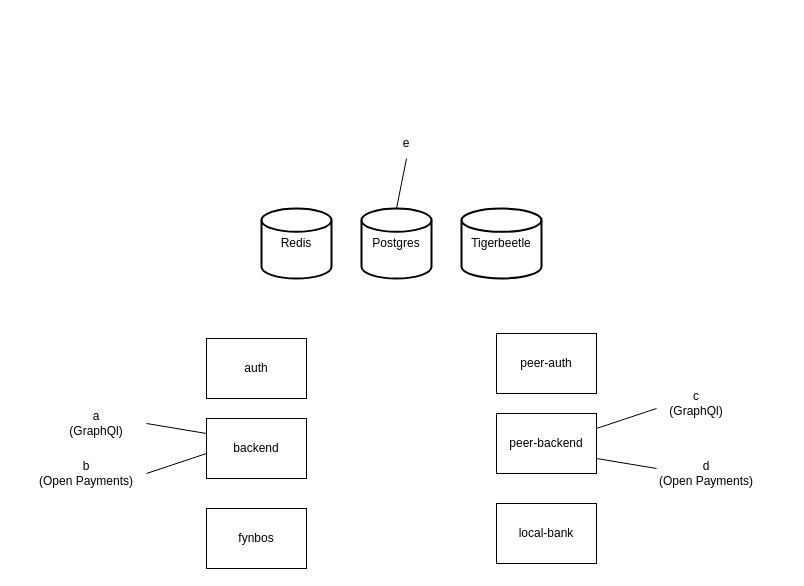
The draw.io diagram infrastructure/local/local-dev.drawio in interledger/rafiki, before the edit. Source tidied: cells renumbered, new cells numbered last; positions are measured from the earlier drawing's top-left corner, leaving out a move shared by most shapes. Both pictures are drawn from the tidied source at 100%, with x=0, y=0 at pixel (36, 128).
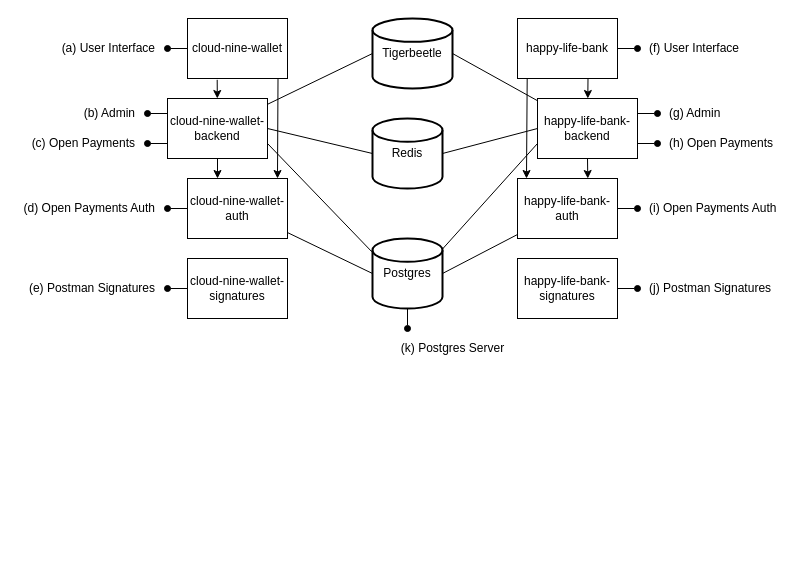
After the change.

Commit message:
chore(localenv): add image source

Diff of the diagram source:
```diff
@@
+    <mxCell id="21" style="edgeStyle=none;rounded=0;jettySize=auto;html=1;exitX=0.5;exitY=0;exitDx=0;exitDy=0;exitPerimeter=0;endArrow=oval;endFill=1;" parent="1" edge="1" source="2">
+      <mxGeometry relative="1" as="geometry">
+        <mxPoint x="371.3" y="110" as="targetPoint" />
+      </mxGeometry>
+    </mxCell>
+    <mxCell id="22" style="edgeStyle=none;rounded=0;jettySize=auto;html=1;endArrow=oval;endFill=1;" parent="1" edge="1" source="2">
+      <mxGeometry relative="1" as="geometry">
+        <mxPoint x="371" y="200" as="targetPoint" />
+      </mxGeometry>
+    </mxCell>
     <mxCell id="2" value="Postgres" style="strokeWidth=2;html=1;shape=mxgraph.flowchart.database;whiteSpace=wrap;" parent="1" vertex="1">
-      <mxGeometry x="325" y="80" width="70" height="70" as="geometry" />
+      <mxGeometry x="336" y="110" width="70" height="70" as="geometry" />
     </mxCell>
     <mxCell id="3" value="Tigerbeetle" style="strokeWidth=2;html=1;shape=mxgraph.flowchart.database;whiteSpace=wrap;" parent="1" vertex="1">
-      <mxGeometry x="425" y="80" width="80" height="70" as="geometry" />
+      <mxGeometry x="336" y="-110" width="80" height="70" as="geometry" />
     </mxCell>
     <mxCell id="4" value="Redis" style="strokeWidth=2;html=1;shape=mxgraph.flowchart.database;whiteSpace=wrap;" parent="1" vertex="1">
-      <mxGeometry x="225" y="80" width="70" height="70" as="geometry" />
+      <mxGeometry x="336" y="-10" width="70" height="70" as="geometry" />
     </mxCell>
+    <mxCell id="23" style="edgeStyle=none;rounded=0;jettySize=auto;html=1;entryX=0;entryY=0.5;entryDx=0;entryDy=0;entryPerimeter=0;endArrow=none;endFill=0;" parent="1" edge="1" source="5" target="2">
+      <mxGeometry relative="1" as="geometry" />
+    </mxCell>
+    <mxCell id="24" style="edgeStyle=none;rounded=0;jettySize=auto;html=1;endArrow=oval;endFill=1;" parent="1" edge="1" source="5">
+      <mxGeometry relative="1" as="geometry">
+        <mxPoint x="131" y="80" as="targetPoint" />
+      </mxGeometry>
+    </mxCell>
-    <mxCell id="5" value="auth" style="rounded=0;whiteSpace=wrap;html=1;" parent="1" vertex="1">
-      <mxGeometry x="170" y="210" width="100" height="60" as="geometry" />
+    <mxCell id="5" value="cloud-nine-wallet-auth" style="rounded=0;whiteSpace=wrap;html=1;" parent="1" vertex="1">
+      <mxGeometry x="151" y="50" width="100" height="60" as="geometry" />
     </mxCell>
+    <mxCell id="25" style="edgeStyle=none;rounded=0;jettySize=auto;html=1;entryX=0;entryY=0.5;entryDx=0;entryDy=0;entryPerimeter=0;endArrow=none;endFill=0;" parent="1" edge="1" source="6" target="3">
+      <mxGeometry relative="1" as="geometry" />
+    </mxCell>
+    <mxCell id="26" style="edgeStyle=none;rounded=0;jettySize=auto;html=1;exitX=1;exitY=0.5;exitDx=0;exitDy=0;entryX=0;entryY=0.5;entryDx=0;entryDy=0;entryPerimeter=0;endArrow=none;endFill=0;" parent="1" edge="1" source="6" target="4">
+      <mxGeometry relative="1" as="geometry" />
+    </mxCell>
+    <mxCell id="27" style="edgeStyle=none;rounded=0;jettySize=auto;html=1;entryX=-0.01;entryY=0.189;entryDx=0;entryDy=0;entryPerimeter=0;endArrow=none;endFill=0;exitX=1;exitY=0.75;exitDx=0;exitDy=0;" parent="1" edge="1" source="6" target="2">
+      <mxGeometry relative="1" as="geometry" />
+    </mxCell>
+    <mxCell id="28" style="edgeStyle=none;rounded=0;jettySize=auto;html=1;exitX=0.5;exitY=1;exitDx=0;exitDy=0;entryX=0.3;entryY=0;entryDx=0;entryDy=0;endArrow=classic;endFill=1;entryPerimeter=0;" parent="1" edge="1" source="6" target="5">
+      <mxGeometry relative="1" as="geometry" />
+    </mxCell>
+    <mxCell id="29" style="edgeStyle=none;rounded=0;jettySize=auto;html=1;exitX=0;exitY=0.25;exitDx=0;exitDy=0;endArrow=oval;endFill=1;" parent="1" edge="1" source="6">
+      <mxGeometry relative="1" as="geometry">
+        <mxPoint x="111" y="-15" as="targetPoint" />
+      </mxGeometry>
+    </mxCell>
+    <mxCell id="30" style="edgeStyle=none;rounded=0;jettySize=auto;html=1;exitX=0;exitY=0.75;exitDx=0;exitDy=0;endArrow=oval;endFill=1;" parent="1" edge="1" source="6">
+      <mxGeometry relative="1" as="geometry">
+        <mxPoint x="111" y="15" as="targetPoint" />
+      </mxGeometry>
+    </mxCell>
-    <mxCell id="6" value="backend" style="rounded=0;whiteSpace=wrap;html=1;" parent="1" vertex="1">
-      <mxGeometry x="170" y="290" width="100" height="60" as="geometry" />
+    <mxCell id="6" value="cloud-nine-wallet-backend" style="rounded=0;whiteSpace=wrap;html=1;" parent="1" vertex="1">
+      <mxGeometry x="131" y="-30" width="100" height="60" as="geometry" />
     </mxCell>
+    <mxCell id="31" style="edgeStyle=none;rounded=0;jettySize=auto;html=1;endArrow=classic;endFill=1;exitX=0.297;exitY=1.022;exitDx=0;exitDy=0;exitPerimeter=0;" parent="1" edge="1" source="7" target="6">
+      <mxGeometry relative="1" as="geometry" />
+    </mxCell>
+    <mxCell id="32" style="edgeStyle=none;rounded=0;jettySize=auto;html=1;endArrow=classic;endFill=1;exitX=0.905;exitY=1.009;exitDx=0;exitDy=0;exitPerimeter=0;" parent="1" edge="1" source="7">
+      <mxGeometry relative="1" as="geometry">
+        <mxPoint x="241" y="50" as="targetPoint" />
+      </mxGeometry>
+    </mxCell>
+    <mxCell id="33" style="edgeStyle=none;rounded=0;jettySize=auto;html=1;endArrow=oval;endFill=1;" parent="1" edge="1" source="7">
+      <mxGeometry relative="1" as="geometry">
+        <mxPoint x="131" y="-80" as="targetPoint" />
+      </mxGeometry>
+    </mxCell>
-    <mxCell id="7" value="fynbos" style="rounded=0;whiteSpace=wrap;html=1;" parent="1" vertex="1">
-      <mxGeometry x="170" y="380" width="100" height="60" as="geometry" />
+    <mxCell id="7" value="cloud-nine-wallet" style="rounded=0;whiteSpace=wrap;html=1;" parent="1" vertex="1">
+      <mxGeometry x="151" y="-110" width="100" height="60" as="geometry" />
     </mxCell>
+    <mxCell id="34" style="edgeStyle=none;rounded=0;jettySize=auto;html=1;entryX=1;entryY=0.5;entryDx=0;entryDy=0;entryPerimeter=0;endArrow=none;endFill=0;" parent="1" edge="1" source="8" target="2">
+      <mxGeometry relative="1" as="geometry" />
+    </mxCell>
+    <mxCell id="35" style="edgeStyle=none;rounded=0;jettySize=auto;html=1;endArrow=oval;endFill=1;" parent="1" edge="1" source="8">
+      <mxGeometry relative="1" as="geometry">
+        <mxPoint x="601" y="80" as="targetPoint" />
+      </mxGeometry>
+    </mxCell>
-    <mxCell id="8" value="peer-auth" style="rounded=0;whiteSpace=wrap;html=1;" parent="1" vertex="1">
-      <mxGeometry x="460" y="205" width="100" height="60" as="geometry" />
+    <mxCell id="8" value="happy-life-bank-auth" style="rounded=0;whiteSpace=wrap;html=1;" parent="1" vertex="1">
+      <mxGeometry x="481" y="50" width="100" height="60" as="geometry" />
     </mxCell>
+    <mxCell id="36" style="edgeStyle=none;rounded=0;jettySize=auto;html=1;entryX=1;entryY=0.5;entryDx=0;entryDy=0;entryPerimeter=0;endArrow=none;endFill=0;" parent="1" edge="1" source="9" target="3">
+      <mxGeometry relative="1" as="geometry" />
+    </mxCell>
+    <mxCell id="37" style="edgeStyle=none;rounded=0;jettySize=auto;html=1;entryX=1;entryY=0.5;entryDx=0;entryDy=0;entryPerimeter=0;endArrow=none;endFill=0;exitX=0;exitY=0.5;exitDx=0;exitDy=0;" parent="1" edge="1" source="9" target="4">
+      <mxGeometry relative="1" as="geometry" />
+    </mxCell>
+    <mxCell id="38" style="edgeStyle=none;rounded=0;jettySize=auto;html=1;entryX=1;entryY=0.15;entryDx=0;entryDy=0;entryPerimeter=0;endArrow=none;endFill=0;exitX=0;exitY=0.75;exitDx=0;exitDy=0;" parent="1" edge="1" source="9" target="2">
+      <mxGeometry relative="1" as="geometry" />
+    </mxCell>
+    <mxCell id="39" style="edgeStyle=none;rounded=0;jettySize=auto;html=1;exitX=0.5;exitY=1;exitDx=0;exitDy=0;endArrow=classic;endFill=1;entryX=0.703;entryY=0;entryDx=0;entryDy=0;entryPerimeter=0;" parent="1" edge="1" source="9" target="8">
+      <mxGeometry relative="1" as="geometry" />
+    </mxCell>
+    <mxCell id="40" style="edgeStyle=none;rounded=0;jettySize=auto;html=1;exitX=1;exitY=0.25;exitDx=0;exitDy=0;endArrow=oval;endFill=1;" parent="1" edge="1" source="9">
+      <mxGeometry relative="1" as="geometry">
+        <mxPoint x="621" y="-15" as="targetPoint" />
+      </mxGeometry>
+    </mxCell>
+    <mxCell id="41" style="edgeStyle=none;rounded=0;jettySize=auto;html=1;exitX=1;exitY=0.75;exitDx=0;exitDy=0;endArrow=oval;endFill=1;" parent="1" edge="1" source="9">
+      <mxGeometry relative="1" as="geometry">
+        <mxPoint x="621" y="15" as="targetPoint" />
+      </mxGeometry>
+    </mxCell>
-    <mxCell id="9" value="peer-backend" style="rounded=0;whiteSpace=wrap;html=1;" parent="1" vertex="1">
-      <mxGeometry x="460" y="285" width="100" height="60" as="geometry" />
+    <mxCell id="9" value="happy-life-bank-backend" style="rounded=0;whiteSpace=wrap;html=1;" parent="1" vertex="1">
+      <mxGeometry x="501" y="-30" width="100" height="60" as="geometry" />
     </mxCell>
+    <mxCell id="42" style="edgeStyle=none;rounded=0;jettySize=auto;html=1;endArrow=classic;endFill=1;exitX=0.705;exitY=0.996;exitDx=0;exitDy=0;exitPerimeter=0;" parent="1" edge="1" source="10" target="9">
+      <mxGeometry relative="1" as="geometry" />
+    </mxCell>
+    <mxCell id="43" style="edgeStyle=none;rounded=0;jettySize=auto;html=1;entryX=0.09;entryY=0;entryDx=0;entryDy=0;entryPerimeter=0;endArrow=classic;endFill=1;exitX=0.097;exitY=1.003;exitDx=0;exitDy=0;exitPerimeter=0;" parent="1" edge="1" source="10" target="8">
+      <mxGeometry relative="1" as="geometry" />
+    </mxCell>
+    <mxCell id="44" style="edgeStyle=none;rounded=0;jettySize=auto;html=1;exitX=1;exitY=0.5;exitDx=0;exitDy=0;endArrow=oval;endFill=1;" parent="1" edge="1" source="10">
+      <mxGeometry relative="1" as="geometry">
+        <mxPoint x="601" y="-80" as="targetPoint" />
+      </mxGeometry>
+    </mxCell>
-    <mxCell id="10" value="local-bank" style="rounded=0;whiteSpace=wrap;html=1;" parent="1" vertex="1">
-      <mxGeometry x="460" y="375" width="100" height="60" as="geometry" />
+    <mxCell id="10" value="happy-life-bank" style="rounded=0;whiteSpace=wrap;html=1;" parent="1" vertex="1">
+      <mxGeometry x="481" y="-110" width="100" height="60" as="geometry" />
     </mxCell>
-    <mxCell id="11" style="endArrow=none;html=1;rounded=0;" parent="1" edge="1">
-      <mxGeometry relative="1" as="geometry">
-        <mxPoint x="560" y="300" as="sourcePoint" />
-        <mxPoint x="620" y="280" as="targetPoint" />
-      </mxGeometry>
-    </mxCell>
-    <mxCell id="12" style="endArrow=none;html=1;rounded=0;" parent="1" edge="1">
-      <mxGeometry relative="1" as="geometry">
-        <mxPoint x="560" y="330" as="sourcePoint" />
-        <mxPoint x="620" y="340" as="targetPoint" />
-      </mxGeometry>
-    </mxCell>
-    <mxCell id="13" value="c (GraphQl)" style="text;html=1;strokeColor=none;fillColor=none;align=center;verticalAlign=middle;whiteSpace=wrap;rounded=0;" parent="1" vertex="1">
-      <mxGeometry x="630" y="260" width="60" height="30" as="geometry" />
-    </mxCell>
-    <mxCell id="14" value="&lt;div&gt;d&lt;/div&gt;&lt;div&gt;(Open Payments)&lt;/div&gt;" style="text;html=1;strokeColor=none;fillColor=none;align=center;verticalAlign=middle;whiteSpace=wrap;rounded=0;" parent="1" vertex="1">
-      <mxGeometry x="620" y="330" width="100" height="30" as="geometry" />
-    </mxCell>
-    <mxCell id="15" style="endArrow=none;html=1;rounded=0;" parent="1" edge="1">
-      <mxGeometry relative="1" as="geometry">
-        <mxPoint x="110" y="345" as="sourcePoint" />
-        <mxPoint x="170" y="325" as="targetPoint" />
-      </mxGeometry>
-    </mxCell>
-    <mxCell id="16" style="endArrow=none;html=1;rounded=0;" parent="1" edge="1">
-      <mxGeometry relative="1" as="geometry">
-        <mxPoint x="110" y="295" as="sourcePoint" />
-        <mxPoint x="170" y="305" as="targetPoint" />
-      </mxGeometry>
-    </mxCell>
-    <mxCell id="17" value="a (GraphQl)" style="text;html=1;strokeColor=none;fillColor=none;align=center;verticalAlign=middle;whiteSpace=wrap;rounded=0;" parent="1" vertex="1">
-      <mxGeometry x="30" y="280" width="60" height="30" as="geometry" />
+    <mxCell id="17" value="&lt;div&gt;(b) Admin&lt;/div&gt;" style="text;html=1;strokeColor=none;fillColor=none;align=right;verticalAlign=middle;whiteSpace=wrap;rounded=0;" parent="1" vertex="1">
+      <mxGeometry x="41" y="-30" width="60" height="30" as="geometry" />
     </mxCell>
-    <mxCell id="18" value="&lt;div&gt;b&lt;/div&gt;&lt;div&gt;(Open Payments)&lt;/div&gt;" style="text;html=1;strokeColor=none;fillColor=none;align=center;verticalAlign=middle;whiteSpace=wrap;rounded=0;" parent="1" vertex="1">
-      <mxGeometry y="330" width="100" height="30" as="geometry" />
+    <mxCell id="18" value="&lt;div&gt;(c) Open Payments&lt;/div&gt;" style="text;html=1;strokeColor=none;fillColor=none;align=right;verticalAlign=middle;whiteSpace=wrap;rounded=0;" parent="1" vertex="1">
+      <mxGeometry x="-19" width="120" height="30" as="geometry" />
     </mxCell>
-    <mxCell id="19" style="endArrow=none;html=1;rounded=0;" parent="1" edge="1">
-      <mxGeometry relative="1" as="geometry">
-        <mxPoint x="360" y="80" as="sourcePoint" />
-        <mxPoint x="370" y="30" as="targetPoint" />
-      </mxGeometry>
-    </mxCell>
-    <mxCell id="20" value="e" style="text;html=1;strokeColor=none;fillColor=none;align=center;verticalAlign=middle;whiteSpace=wrap;rounded=0;" parent="1" vertex="1">
-      <mxGeometry x="340" width="60" height="30" as="geometry" />
-    </mxCell>
+    <mxCell id="45" style="edgeStyle=none;rounded=0;jettySize=auto;html=1;endArrow=oval;endFill=1;" parent="1" edge="1" source="46">
+      <mxGeometry relative="1" as="geometry">
+        <mxPoint x="131" y="160" as="targetPoint" />
+      </mxGeometry>
+    </mxCell>
+    <mxCell id="46" value="cloud-nine-wallet-signatures" style="rounded=0;whiteSpace=wrap;html=1;" parent="1" vertex="1">
+      <mxGeometry x="151" y="130" width="100" height="60" as="geometry" />
+    </mxCell>
+    <mxCell id="47" style="edgeStyle=none;rounded=0;jettySize=auto;html=1;exitX=1;exitY=0.5;exitDx=0;exitDy=0;endArrow=oval;endFill=1;" parent="1" edge="1" source="48">
+      <mxGeometry relative="1" as="geometry">
+        <mxPoint x="601" y="160" as="targetPoint" />
+      </mxGeometry>
+    </mxCell>
+    <mxCell id="48" value="happy-life-bank-signatures" style="rounded=0;whiteSpace=wrap;html=1;" parent="1" vertex="1">
+      <mxGeometry x="481" y="130" width="100" height="60" as="geometry" />
+    </mxCell>
+    <mxCell id="49" value="&lt;div align=&quot;left&quot;&gt;(g) Admin&lt;/div&gt;" style="text;html=1;strokeColor=none;fillColor=none;align=left;verticalAlign=middle;whiteSpace=wrap;rounded=0;" parent="1" vertex="1">
+      <mxGeometry x="631" y="-30" width="60" height="30" as="geometry" />
+    </mxCell>
+    <mxCell id="50" value="&lt;div&gt;(h) Open Payments&lt;/div&gt;" style="text;html=1;strokeColor=none;fillColor=none;align=left;verticalAlign=middle;whiteSpace=wrap;rounded=0;" parent="1" vertex="1">
+      <mxGeometry x="631" width="120" height="30" as="geometry" />
+    </mxCell>
+    <mxCell id="51" value="(k) Postgres Server" style="text;html=1;align=center;verticalAlign=middle;strokeColor=none;fillColor=none;" parent="1" vertex="1">
+      <mxGeometry x="356" y="210" width="120" height="20" as="geometry" />
+    </mxCell>
+    <mxCell id="52" value="&lt;div&gt;(a) User Interface &lt;br&gt;&lt;/div&gt;" style="text;html=1;strokeColor=none;fillColor=none;align=right;verticalAlign=middle;whiteSpace=wrap;rounded=0;" parent="1" vertex="1">
+      <mxGeometry x="1" y="-95" width="120" height="30" as="geometry" />
+    </mxCell>
+    <mxCell id="53" value="&lt;div&gt;(f) User Interface&lt;br&gt;&lt;/div&gt;" style="text;html=1;strokeColor=none;fillColor=none;align=left;verticalAlign=middle;whiteSpace=wrap;rounded=0;" parent="1" vertex="1">
+      <mxGeometry x="611" y="-95" width="120" height="30" as="geometry" />
+    </mxCell>
+    <mxCell id="54" value="&lt;div&gt;(d) Open Payments Auth&lt;br&gt;&lt;/div&gt;" style="text;html=1;strokeColor=none;fillColor=none;align=right;verticalAlign=middle;whiteSpace=wrap;rounded=0;" parent="1" vertex="1">
+      <mxGeometry x="-19" y="65" width="140" height="30" as="geometry" />
+    </mxCell>
+    <mxCell id="55" value="&lt;div&gt;(e) Postman Signatures&lt;br&gt;&lt;/div&gt;" style="text;html=1;strokeColor=none;fillColor=none;align=right;verticalAlign=middle;whiteSpace=wrap;rounded=0;" parent="1" vertex="1">
+      <mxGeometry x="-19" y="145" width="140" height="30" as="geometry" />
+    </mxCell>
+    <mxCell id="56" value="&lt;div&gt;(i) Open Payments Auth&lt;br&gt;&lt;/div&gt;" style="text;html=1;strokeColor=none;fillColor=none;align=left;verticalAlign=middle;whiteSpace=wrap;rounded=0;" parent="1" vertex="1">
+      <mxGeometry x="611" y="65" width="130" height="30" as="geometry" />
+    </mxCell>
+    <mxCell id="57" value="&lt;div&gt;(j) Postman Signatures&lt;br&gt;&lt;/div&gt;" style="text;html=1;strokeColor=none;fillColor=none;align=left;verticalAlign=middle;whiteSpace=wrap;rounded=0;" parent="1" vertex="1">
+      <mxGeometry x="611" y="145" width="130" height="30" as="geometry" />
+    </mxCell>
```
